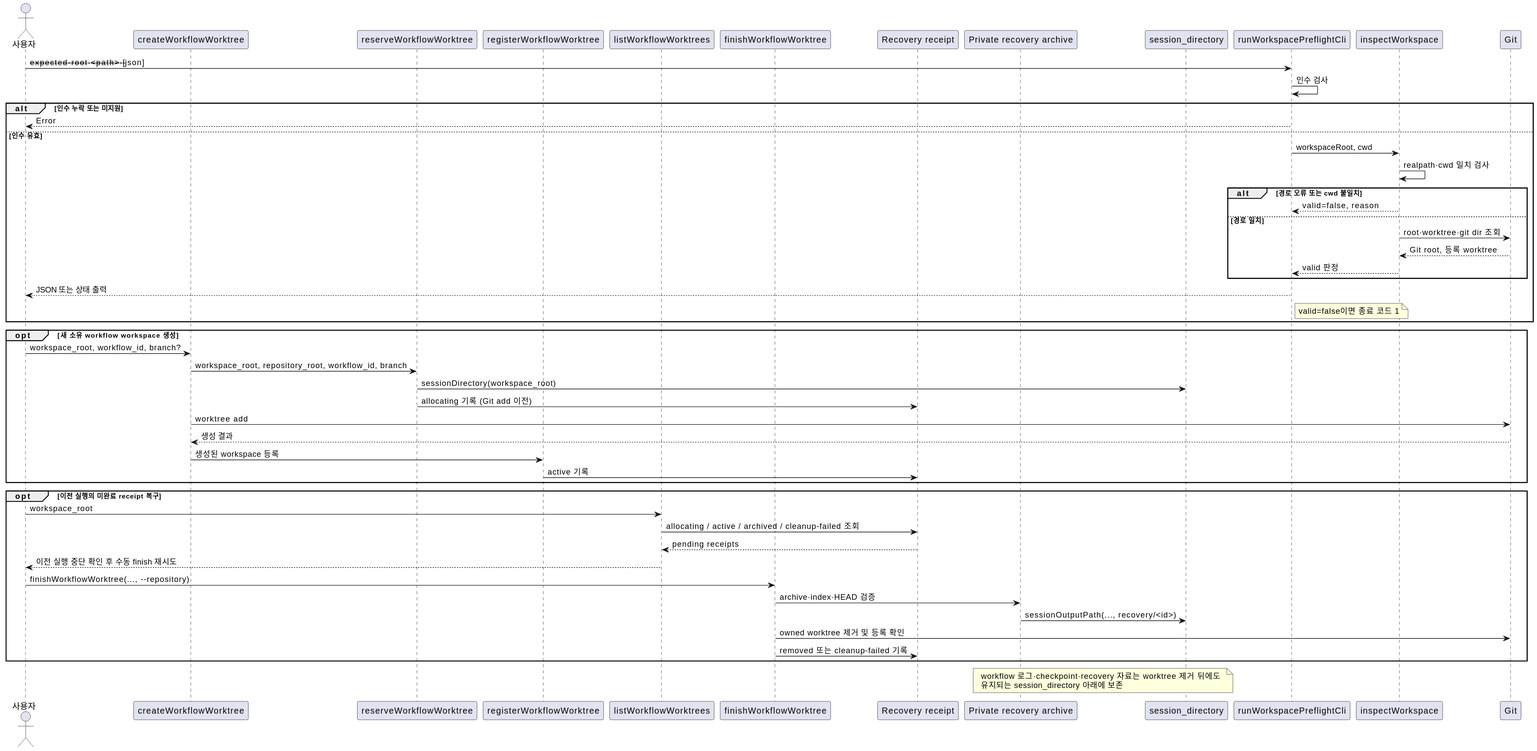
omegafrog/harness-codex keeps this PlantUML diagram as docs/contracts/diagrams/workspace.sequence.svg. Above is the earlier version. The source it was exported from:
```plantuml
@startuml
actor 사용자
participant "createWorkflowWorktree" as create
participant "reserveWorkflowWorktree" as reserve
participant "registerWorkflowWorktree" as register
participant "listWorkflowWorktrees" as list
participant "finishWorkflowWorktree" as finish
participant "Recovery receipt" as receipt
participant "Private recovery archive" as archive
participant "session_directory" as session
participant "runWorkspacePreflightCli" as cli
participant "inspectWorkspace" as inspect
participant Git as git
사용자 -> cli : --expected-root <path> [--json]
cli -> cli : 인수 검사
alt 인수 누락 또는 미지원
  cli --> 사용자 : Error
else 인수 유효
  cli -> inspect : expectedRoot, cwd
  inspect -> inspect : realpath·cwd 일치 검사
  alt 경로 오류 또는 cwd 불일치
    inspect --> cli : valid=false, reason
  else 경로 일치
    inspect -> git : root·worktree·git dir 조회
    git --> inspect : Git root, 등록 worktree
    inspect --> cli : valid 판정
  end
  cli --> 사용자 : JSON 또는 상태 출력
  note right of cli
    valid=false이면 종료 코드 1
  end note
end
opt 새 소유 workflow workspace 생성
  사용자 -> create : workspace_root, workflow_id, branch?
  create -> reserve : workspace_root, repository_root, workflow_id, branch
  reserve -> session : sessionDirectory(workspace_root)
  reserve -> receipt : allocating 기록 (Git add 이전)
  create -> git : worktree add
  git --> create : 생성 결과
  create -> register : 생성된 workspace 등록
  register -> receipt : active 기록
end
opt 이전 실행의 미완료 receipt 복구
  사용자 -> list : workspace_root
  list -> receipt : allocating / active / archived / cleanup-failed 조회
  receipt --> list : pending receipts
  list --> 사용자 : 이전 실행 중단 확인 후 수동 finish 재시도
  사용자 -> finish : finishWorkflowWorktree(..., --repository)
  finish -> archive : archive·index·HEAD 검증
  archive -> session : sessionOutputPath(..., recovery/<id>)
  finish -> git : owned worktree 제거 및 등록 확인
  finish -> receipt : removed 또는 cleanup-failed 기록
end
note over session,archive
  workflow 로그·checkpoint·recovery 자료는 worktree 제거 뒤에도
  유지되는 session_directory 아래에 보존
end note
@enduml
```
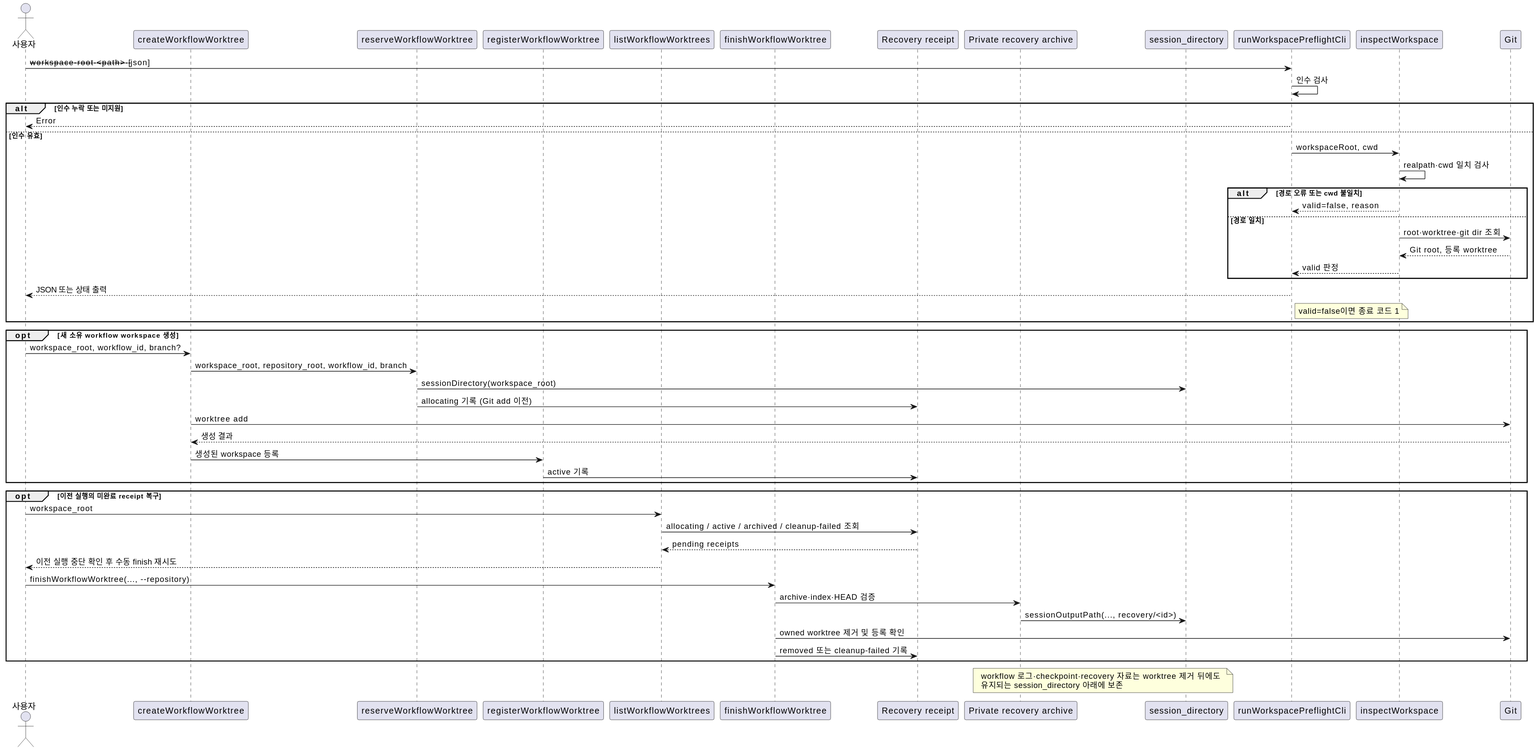
The same file after the commit.

What changed in the source:
```diff
@@ -11,12 +11,12 @@
 participant "runWorkspacePreflightCli" as cli
 participant "inspectWorkspace" as inspect
 participant Git as git
-사용자 -> cli : --expected-root <path> [--json]
+사용자 -> cli : --workspace-root <path> [--json]
 cli -> cli : 인수 검사
 alt 인수 누락 또는 미지원
   cli --> 사용자 : Error
 else 인수 유효
-  cli -> inspect : expectedRoot, cwd
+  cli -> inspect : workspaceRoot, cwd
   inspect -> inspect : realpath·cwd 일치 검사
   alt 경로 오류 또는 cwd 불일치
     inspect --> cli : valid=false, reason
```
